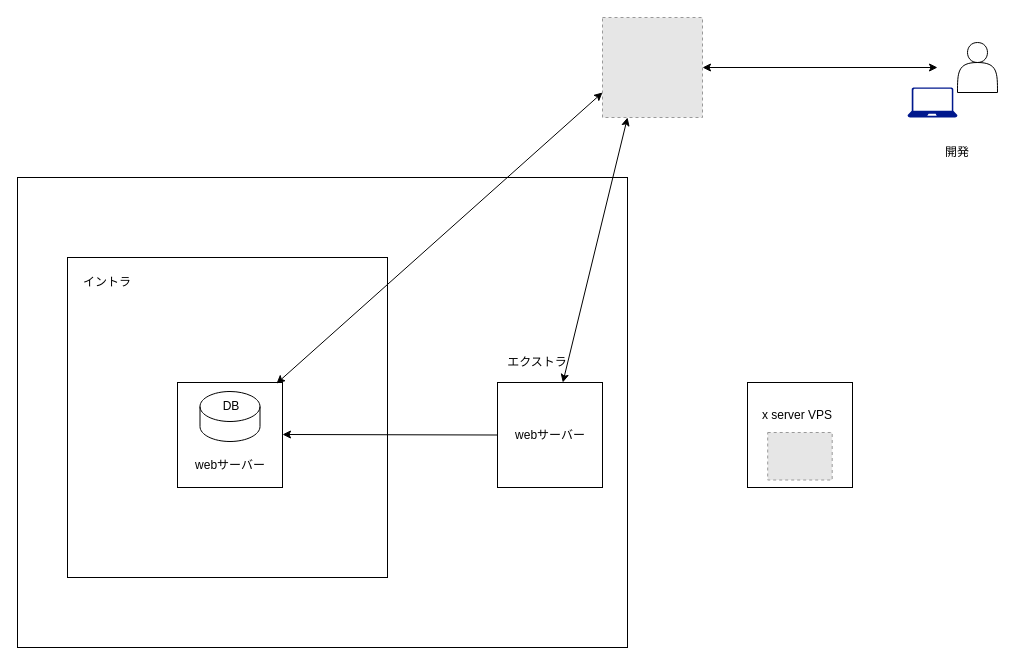
The draw.io diagram feob構成図.drawio in bug98/diagrams, before the edit. Source tidied: cells renumbered, new cells numbered last; positions are measured from the earlier drawing's top-left corner, leaving out a move shared by most shapes. Both pictures are drawn from the tidied source at 100%, with x=0, y=0 at pixel (17, 17). Pictures stored in the file or linked from it are replaced by grey dashed boxes.
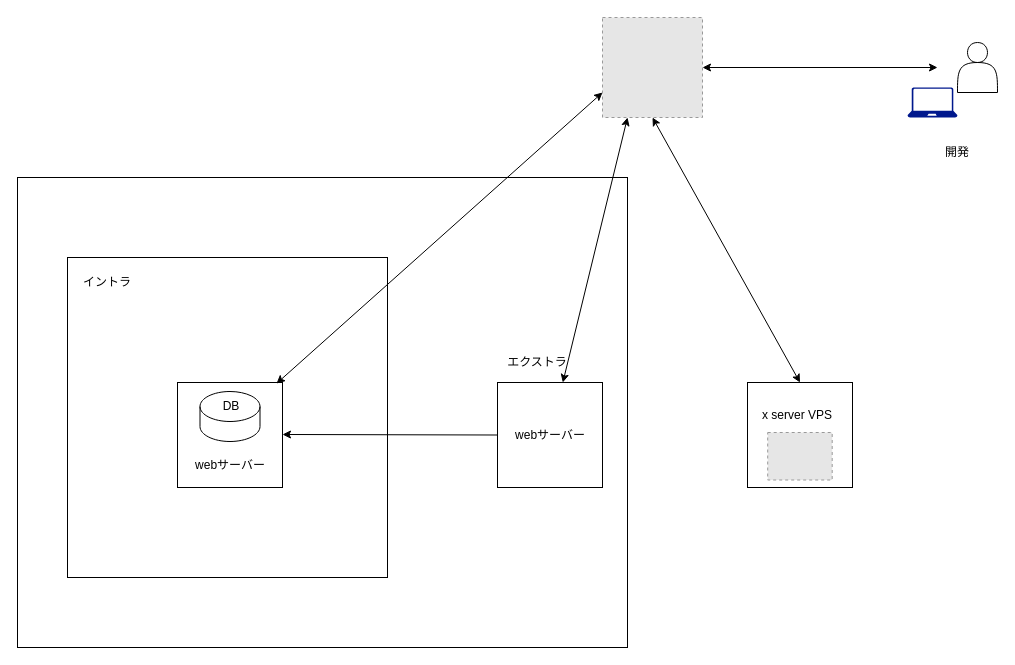
The same page after the edit.

Commit message:
feob構成図.drawio を更新します

The change refers to these unchanged cells:
```xml
<mxCell id="2" style="whiteSpace=wrap;html=1;" parent="1" vertex="1">
  <mxGeometry x="730" y="365" width="105" height="105" as="geometry" />
</mxCell>
```

What changed in the source:
```diff
@@
+    <mxCell id="23" style="endArrow=classic;startArrow=classic;html=1;rounded=0;entryX=0.25;entryY=1;entryDx=0;entryDy=0;exitX=0.5;exitY=0;exitDx=0;exitDy=0;" parent="1" edge="1" source="2">
+      <mxGeometry relative="1" as="geometry">
+        <mxPoint x="635" y="100" as="targetPoint" />
+      </mxGeometry>
+    </mxCell>
```
